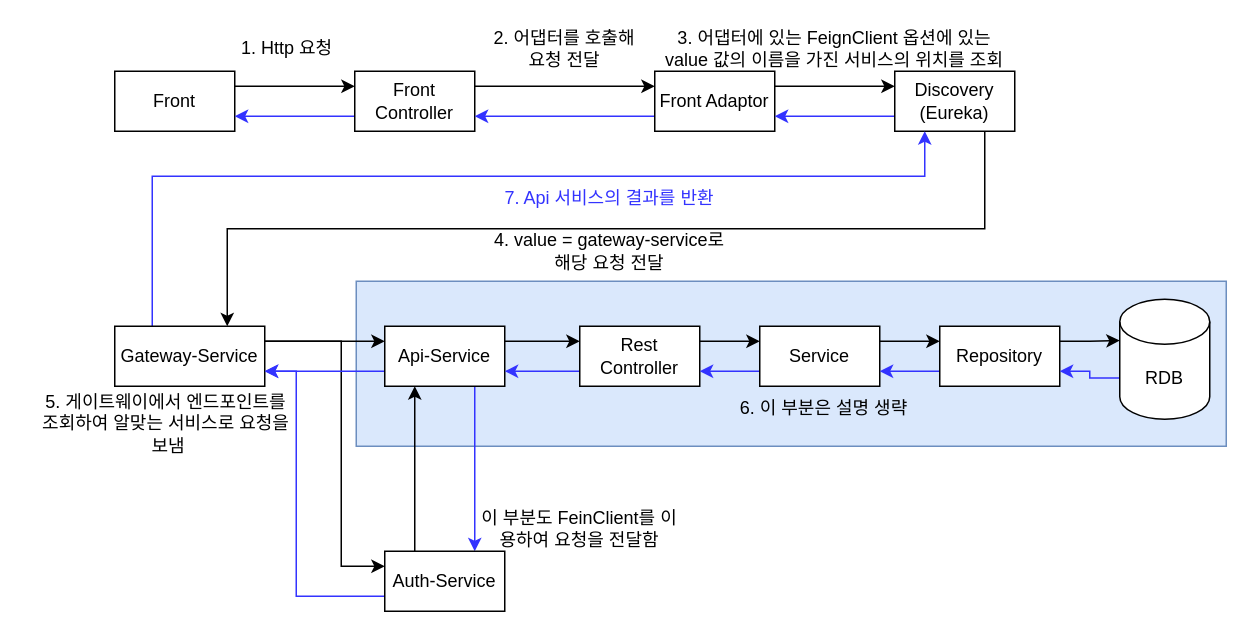
Above: 프론트 팀 동작 방식.drawio in nhnacademy-aiot1-5/docs (draw.io), before the change. Source tidied: cells renumbered, new cells numbered last; positions are measured from the earlier drawing's top-left corner, leaving out a move shared by most shapes. Both pictures are drawn from the tidied source at 150%, with x=0, y=0 at pixel (26, 26).
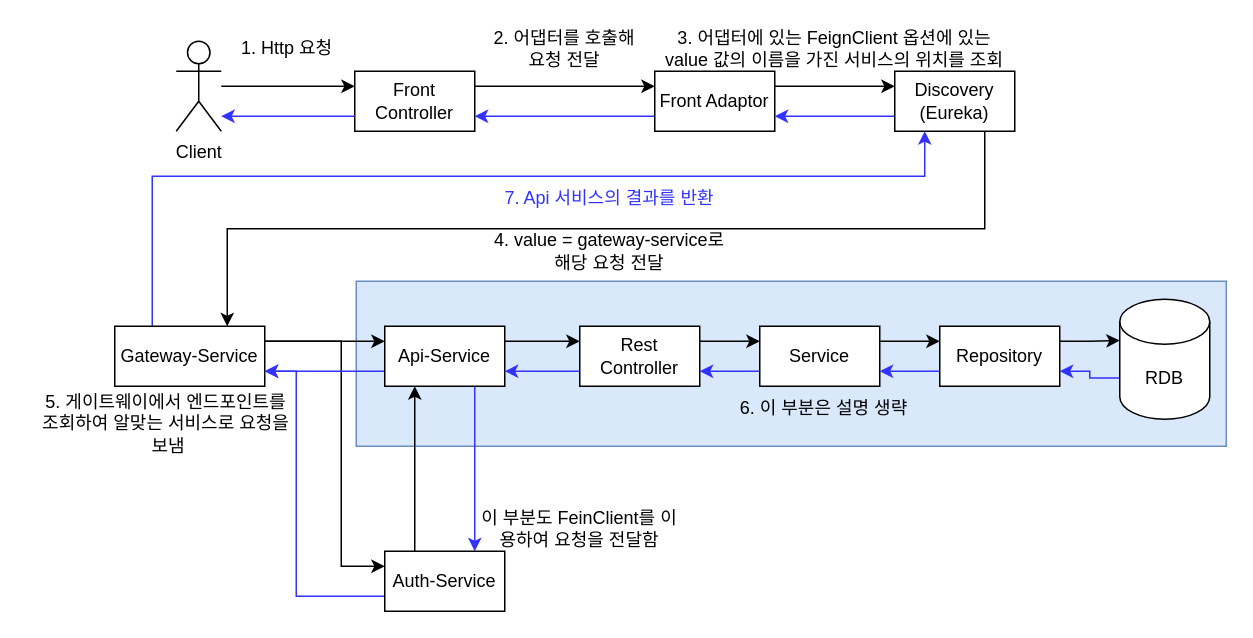
The same page after the edit.

Commit message:
프론트 팀 동작 방식.drawio 업데이트

The change refers to these unchanged cells:
```xml
<mxCell id="7" value="Front Controller" style="rounded=0;whiteSpace=wrap;html=1;" parent="1" vertex="1">
  <mxGeometry x="219" y="30" width="80" height="40" as="geometry" />
</mxCell>
```

What changed in the source:
```diff
@@
-    <mxCell id="3" style="edgeStyle=orthogonalEdgeStyle;rounded=0;jettySize=auto;html=1;exitX=1;exitY=0.25;exitDx=0;exitDy=0;entryX=0;entryY=0.25;entryDx=0;entryDy=0;" parent="1" edge="1" source="4" target="7">
-      <mxGeometry relative="1" as="geometry" />
-    </mxCell>
-    <mxCell id="4" value="Front" style="rounded=0;whiteSpace=wrap;html=1;" parent="1" vertex="1">
-      <mxGeometry x="59" y="30" width="80" height="40" as="geometry" />
-    </mxCell>
@@
-    <mxCell id="6" style="edgeStyle=orthogonalEdgeStyle;rounded=0;jettySize=auto;html=1;exitX=0;exitY=0.75;exitDx=0;exitDy=0;entryX=1;entryY=0.75;entryDx=0;entryDy=0;strokeColor=#3333FF;" parent="1" edge="1" source="7" target="4">
-      <mxGeometry relative="1" as="geometry" />
-    </mxCell>
@@
+    <mxCell id="44" style="edgeStyle=orthogonalEdgeStyle;rounded=0;jettySize=auto;html=1;entryX=0;entryY=0.25;entryDx=0;entryDy=0;" parent="1" edge="1" source="45" target="7">
+      <mxGeometry relative="1" as="geometry" />
+    </mxCell>
+    <mxCell id="45" value="Client" style="shape=umlActor;verticalLabelPosition=bottom;verticalAlign=top;html=1;outlineConnect=0;" parent="1" vertex="1">
+      <mxGeometry x="100" y="10" width="30" height="60" as="geometry" />
+    </mxCell>
+    <mxCell id="46" style="edgeStyle=orthogonalEdgeStyle;rounded=0;jettySize=auto;html=1;exitX=0;exitY=0.75;exitDx=0;exitDy=0;strokeColor=#3333FF;" parent="1" edge="1" source="7">
+      <mxGeometry relative="1" as="geometry">
+        <mxPoint x="130" y="60" as="targetPoint" />
+      </mxGeometry>
+    </mxCell>
```
